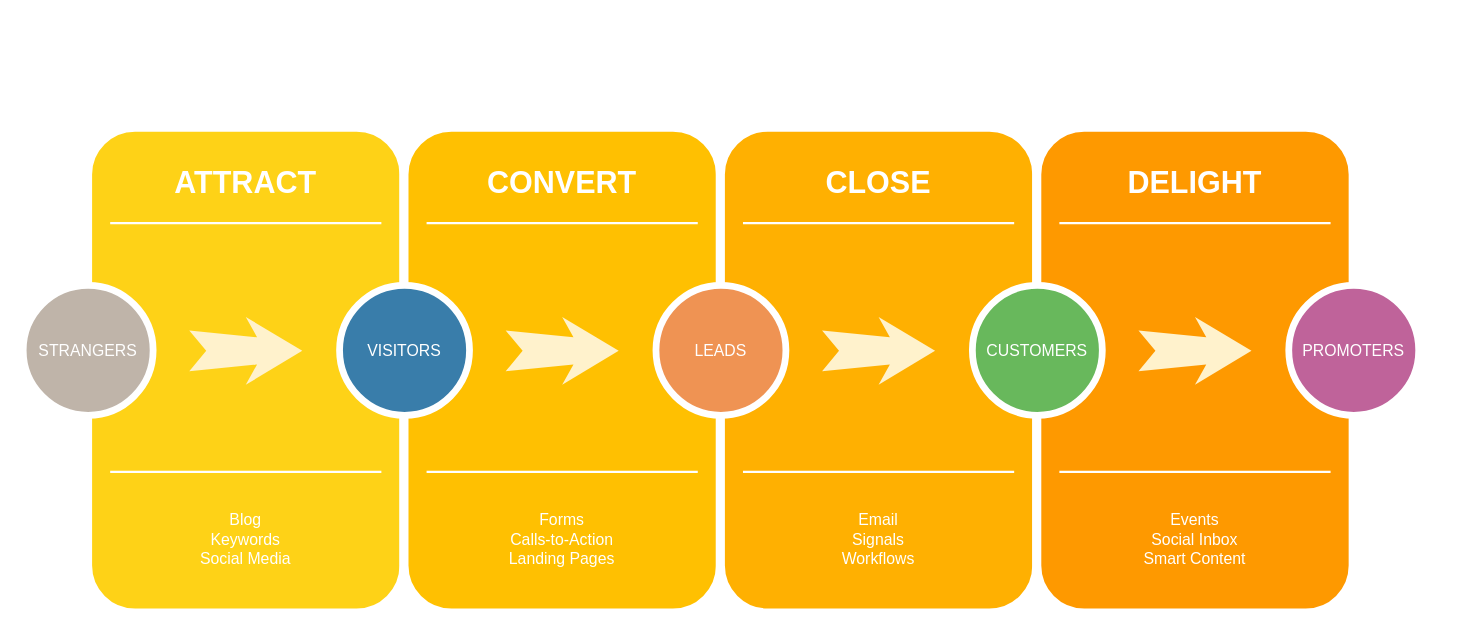
sophiechroma/DuBII2021 keeps this draw.io diagram as Evaluation_Modules5-6/Untitled Diagram.drawio. Above is the earlier version. Source tidied: cells renumbered, new cells numbered last; positions are measured from the earlier drawing's top-left corner, leaving out a move shared by most shapes. Both pictures are drawn from the tidied source at 113%, with x=0, y=0 at pixel (23, 127).
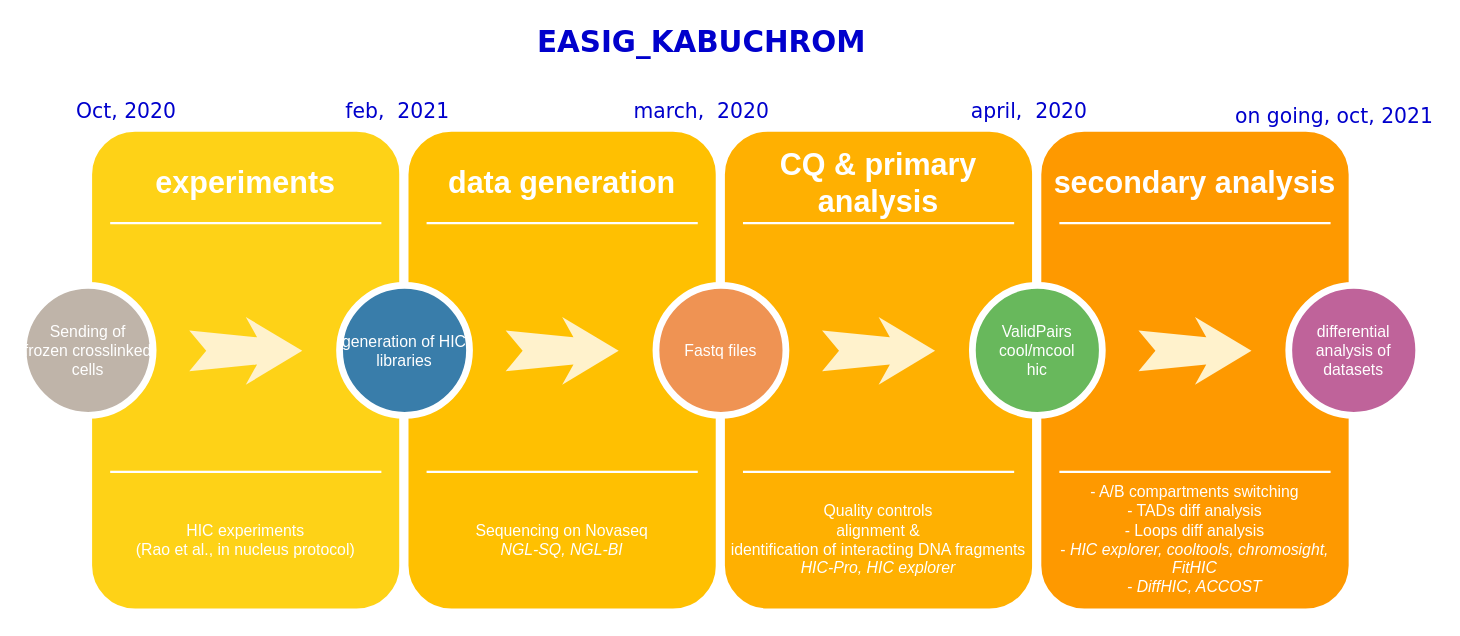
The same diagram, later.

Diff of the diagram source:
```diff
@@
-    <mxCell id="3" value="ATTRACT" style="text;html=1;strokeColor=none;fillColor=none;align=center;verticalAlign=middle;whiteSpace=wrap;rounded=0;shadow=0;fontSize=27;fontColor=#FFFFFF;fontStyle=1;" parent="1" vertex="1">
+    <mxCell id="3" value="experiments" style="text;html=1;strokeColor=none;fillColor=none;align=center;verticalAlign=middle;whiteSpace=wrap;rounded=0;shadow=0;fontSize=27;fontColor=#FFFFFF;fontStyle=1;" parent="1" vertex="1">
       <mxGeometry x="57" y="20" width="280" height="60" as="geometry" />
     </mxCell>
-    <mxCell id="4" value="Blog&lt;div&gt;Keywords&lt;/div&gt;&lt;div&gt;Social Media&lt;/div&gt;" style="text;html=1;strokeColor=none;fillColor=none;align=center;verticalAlign=middle;whiteSpace=wrap;rounded=0;shadow=0;fontSize=14;fontColor=#FFFFFF;" parent="1" vertex="1">
+    <mxCell id="4" value="&lt;div&gt;HIC experiments&lt;/div&gt;&lt;div&gt;(Rao et al., in nucleus protocol)&lt;br&gt;&lt;/div&gt;" style="text;html=1;strokeColor=none;fillColor=none;align=center;verticalAlign=middle;whiteSpace=wrap;rounded=0;shadow=0;fontSize=14;fontColor=#FFFFFF;" parent="1" vertex="1">
       <mxGeometry x="57" y="320" width="280" height="90" as="geometry" />
     </mxCell>
@@
-    <mxCell id="7" value="STRANGERS" style="ellipse;whiteSpace=wrap;html=1;rounded=0;shadow=0;strokeWidth=6;fontSize=14;align=center;fillColor=#BFB4A9;strokeColor=#FFFFFF;fontColor=#FFFFFF;" parent="1" vertex="1">
+    <mxCell id="7" value="&lt;div&gt;Sending of&lt;/div&gt;&lt;div&gt;frozen crosslinked &lt;br&gt;&lt;/div&gt;&lt;div&gt;cells&lt;br&gt;&lt;/div&gt;" style="ellipse;whiteSpace=wrap;html=1;rounded=0;shadow=0;strokeWidth=6;fontSize=14;align=center;fillColor=#BFB4A9;strokeColor=#FFFFFF;fontColor=#FFFFFF;" parent="1" vertex="1">
       <mxGeometry y="140" width="115" height="115" as="geometry" />
     </mxCell>
@@
-    <mxCell id="10" value="CONVERT" style="text;html=1;strokeColor=none;fillColor=none;align=center;verticalAlign=middle;whiteSpace=wrap;rounded=0;shadow=0;fontSize=27;fontColor=#FFFFFF;fontStyle=1;" parent="1" vertex="1">
+    <mxCell id="10" value="data generation" style="text;html=1;strokeColor=none;fillColor=none;align=center;verticalAlign=middle;whiteSpace=wrap;rounded=0;shadow=0;fontSize=27;fontColor=#FFFFFF;fontStyle=1;" parent="1" vertex="1">
       <mxGeometry x="337" y="20" width="280" height="60" as="geometry" />
     </mxCell>
-    <mxCell id="11" value="Forms&lt;div&gt;Calls-to-Action&lt;/div&gt;&lt;div&gt;Landing Pages&lt;/div&gt;" style="text;html=1;strokeColor=none;fillColor=none;align=center;verticalAlign=middle;whiteSpace=wrap;rounded=0;shadow=0;fontSize=14;fontColor=#FFFFFF;" parent="1" vertex="1">
+    <mxCell id="11" value="&lt;div&gt;Sequencing on Novaseq&lt;/div&gt;&lt;div&gt;&lt;i&gt;NGL-SQ, NGL-BI&lt;/i&gt;&lt;br&gt;&lt;/div&gt;" style="text;html=1;strokeColor=none;fillColor=none;align=center;verticalAlign=middle;whiteSpace=wrap;rounded=0;shadow=0;fontSize=14;fontColor=#FFFFFF;" parent="1" vertex="1">
       <mxGeometry x="337" y="320" width="280" height="90" as="geometry" />
     </mxCell>
@@
-    <mxCell id="14" value="VISITORS" style="ellipse;whiteSpace=wrap;html=1;rounded=0;shadow=0;strokeWidth=6;fontSize=14;align=center;fillColor=#397DAA;strokeColor=#FFFFFF;fontColor=#FFFFFF;" parent="1" vertex="1">
+    <mxCell id="14" value="generation of HIC libraries" style="ellipse;whiteSpace=wrap;html=1;rounded=0;shadow=0;strokeWidth=6;fontSize=14;align=center;fillColor=#397DAA;strokeColor=#FFFFFF;fontColor=#FFFFFF;" parent="1" vertex="1">
       <mxGeometry x="280" y="140" width="115" height="115" as="geometry" />
     </mxCell>
@@
-    <mxCell id="17" value="CLOSE" style="text;html=1;strokeColor=none;fillColor=none;align=center;verticalAlign=middle;whiteSpace=wrap;rounded=0;shadow=0;fontSize=27;fontColor=#FFFFFF;fontStyle=1;" parent="1" vertex="1">
+    <mxCell id="17" value="CQ &amp;amp; primary analysis" style="text;html=1;strokeColor=none;fillColor=none;align=center;verticalAlign=middle;whiteSpace=wrap;rounded=0;shadow=0;fontSize=27;fontColor=#FFFFFF;fontStyle=1;" parent="1" vertex="1">
       <mxGeometry x="617" y="20" width="280" height="60" as="geometry" />
     </mxCell>
-    <mxCell id="18" value="Email&lt;div&gt;Signals&lt;/div&gt;&lt;div&gt;Workflows&lt;/div&gt;" style="text;html=1;strokeColor=none;fillColor=none;align=center;verticalAlign=middle;whiteSpace=wrap;rounded=0;shadow=0;fontSize=14;fontColor=#FFFFFF;" parent="1" vertex="1">
+    <mxCell id="18" value="&lt;div&gt;Quality controls &lt;br&gt;&lt;/div&gt;&lt;div&gt;alignment &amp;amp;&lt;/div&gt;&lt;div&gt; identification of interacting DNA fragments&lt;/div&gt;&lt;div&gt;&lt;i&gt;HIC-Pro, HIC explorer&lt;/i&gt;&lt;br&gt;&lt;/div&gt;" style="text;html=1;strokeColor=none;fillColor=none;align=center;verticalAlign=middle;whiteSpace=wrap;rounded=0;shadow=0;fontSize=14;fontColor=#FFFFFF;" parent="1" vertex="1">
       <mxGeometry x="617" y="320" width="280" height="90" as="geometry" />
     </mxCell>
@@
-    <mxCell id="21" value="LEADS" style="ellipse;whiteSpace=wrap;html=1;rounded=0;shadow=0;strokeWidth=6;fontSize=14;align=center;fillColor=#EF9353;strokeColor=#FFFFFF;fontColor=#FFFFFF;" parent="1" vertex="1">
+    <mxCell id="21" value="Fastq files" style="ellipse;whiteSpace=wrap;html=1;rounded=0;shadow=0;strokeWidth=6;fontSize=14;align=center;fillColor=#EF9353;strokeColor=#FFFFFF;fontColor=#FFFFFF;" parent="1" vertex="1">
       <mxGeometry x="560" y="140" width="115" height="115" as="geometry" />
     </mxCell>
@@
-    <mxCell id="24" value="DELIGHT" style="text;html=1;strokeColor=none;fillColor=none;align=center;verticalAlign=middle;whiteSpace=wrap;rounded=0;shadow=0;fontSize=27;fontColor=#FFFFFF;fontStyle=1;" parent="1" vertex="1">
+    <mxCell id="24" value="secondary analysis" style="text;html=1;strokeColor=none;fillColor=none;align=center;verticalAlign=middle;whiteSpace=wrap;rounded=0;shadow=0;fontSize=27;fontColor=#FFFFFF;fontStyle=1;" parent="1" vertex="1">
       <mxGeometry x="897" y="20" width="280" height="60" as="geometry" />
     </mxCell>
-    <mxCell id="25" value="Events&lt;div&gt;Social Inbox&lt;/div&gt;&lt;div&gt;Smart Content&lt;/div&gt;" style="text;html=1;strokeColor=none;fillColor=none;align=center;verticalAlign=middle;whiteSpace=wrap;rounded=0;shadow=0;fontSize=14;fontColor=#FFFFFF;" parent="1" vertex="1">
+    <mxCell id="25" value="&lt;div&gt;- A/B compartments switching&lt;br&gt;&lt;/div&gt;&lt;div&gt;- TADs diff analysis&lt;br&gt;&lt;/div&gt;&lt;div&gt;- Loops diff analysis&lt;/div&gt;&lt;div&gt;-&lt;i&gt; HIC explorer, cooltools, chromosight, &lt;br&gt;&lt;/i&gt;&lt;/div&gt;&lt;div&gt;&lt;i&gt;FitHIC&lt;br&gt;&lt;/i&gt;&lt;/div&gt;&lt;div&gt;&lt;i&gt;- DiffHIC, ACCOST&lt;/i&gt;&lt;br&gt;&lt;/div&gt;" style="text;html=1;strokeColor=none;fillColor=none;align=center;verticalAlign=middle;whiteSpace=wrap;rounded=0;shadow=0;fontSize=14;fontColor=#FFFFFF;" parent="1" vertex="1">
       <mxGeometry x="897" y="320" width="280" height="90" as="geometry" />
     </mxCell>
@@
-    <mxCell id="28" value="CUSTOMERS" style="ellipse;whiteSpace=wrap;html=1;rounded=0;shadow=0;strokeWidth=6;fontSize=14;align=center;fillColor=#68B85C;strokeColor=#FFFFFF;fontColor=#FFFFFF;" parent="1" vertex="1">
+    <mxCell id="28" value="&lt;div&gt;ValidPairs&lt;/div&gt;&lt;div&gt;cool/mcool&lt;/div&gt;&lt;div&gt;hic&lt;br&gt;&lt;/div&gt;" style="ellipse;whiteSpace=wrap;html=1;rounded=0;shadow=0;strokeWidth=6;fontSize=14;align=center;fillColor=#68B85C;strokeColor=#FFFFFF;fontColor=#FFFFFF;" parent="1" vertex="1">
       <mxGeometry x="840" y="140" width="115" height="115" as="geometry" />
     </mxCell>
@@
-    <mxCell id="30" value="PROMOTERS" style="ellipse;whiteSpace=wrap;html=1;rounded=0;shadow=0;strokeWidth=6;fontSize=14;align=center;fillColor=#BF639A;strokeColor=#FFFFFF;fontColor=#FFFFFF;" parent="1" vertex="1">
+    <mxCell id="30" value="differential analysis of datasets" style="ellipse;whiteSpace=wrap;html=1;rounded=0;shadow=0;strokeWidth=6;fontSize=14;align=center;fillColor=#BF639A;strokeColor=#FFFFFF;fontColor=#FFFFFF;" parent="1" vertex="1">
       <mxGeometry x="1120" y="140" width="115" height="115" as="geometry" />
     </mxCell>
+    <mxCell id="31" value="&lt;font style=&quot;font-size: 18px;&quot;&gt;Oct, 2020&lt;/font&gt;" style="text;html=1;align=center;verticalAlign=middle;fillColor=none;strokeColor=none;rounded=0;labelBackgroundColor=none;sketch=1;fillWeight=4;hachureGap=8;hachureAngle=45;fontFamily=Verdana;fontColor=#0000CC;fontSize=18;" parent="1" vertex="1">
+      <mxGeometry x="41" y="-30" width="100" height="30" as="geometry" />
+    </mxCell>
+    <mxCell id="32" value="&lt;font style=&quot;font-size: 18px&quot;&gt;feb,&amp;nbsp; 2021&lt;/font&gt;" style="text;html=1;align=center;verticalAlign=middle;fillColor=none;strokeColor=none;rounded=0;labelBackgroundColor=none;sketch=1;fillWeight=4;hachureGap=8;hachureAngle=45;fontFamily=Verdana;fontColor=#0000CC;fontSize=18;" parent="1" vertex="1">
+      <mxGeometry x="276" y="-30" width="110" height="30" as="geometry" />
+    </mxCell>
+    <mxCell id="33" value="&lt;font style=&quot;font-size: 18px;&quot;&gt;march,&amp;nbsp; 2020&lt;/font&gt;" style="text;html=1;align=center;verticalAlign=middle;fillColor=none;strokeColor=none;rounded=0;labelBackgroundColor=none;sketch=1;fillWeight=4;hachureGap=8;hachureAngle=45;fontFamily=Verdana;fontColor=#0000CC;fontSize=18;" parent="1" vertex="1">
+      <mxGeometry x="530" y="-30" width="140" height="30" as="geometry" />
+    </mxCell>
+    <mxCell id="34" value="&lt;font style=&quot;font-size: 18px;&quot;&gt;april,&amp;nbsp; 2020&lt;/font&gt;" style="text;html=1;align=center;verticalAlign=middle;fillColor=none;strokeColor=none;rounded=0;labelBackgroundColor=none;sketch=1;fillWeight=4;hachureGap=8;hachureAngle=45;fontFamily=Verdana;fontColor=#0000CC;fontSize=18;" parent="1" vertex="1">
+      <mxGeometry x="830" y="-30" width="120" height="30" as="geometry" />
+    </mxCell>
+    <mxCell id="35" value="&lt;font style=&quot;font-size: 18px&quot;&gt;on going, oct, 2021&lt;br&gt;&lt;/font&gt;" style="text;html=1;align=center;verticalAlign=middle;fillColor=none;strokeColor=none;rounded=0;labelBackgroundColor=none;sketch=1;fillWeight=4;hachureGap=8;hachureAngle=45;fontFamily=Verdana;fontColor=#0000CC;fontSize=18;" parent="1" vertex="1">
+      <mxGeometry x="1065" y="-25" width="190" height="30" as="geometry" />
+    </mxCell>
+    <mxCell id="36" value="EASIG_KABUCHROM" style="text;html=1;align=center;verticalAlign=middle;strokeColor=none;fontSize=26;fontFamily=Verdana;fontColor=#0000CC;fontStyle=1;" parent="1" vertex="1">
+      <mxGeometry x="445" y="-95" width="310" height="40" as="geometry" />
+    </mxCell>
```
